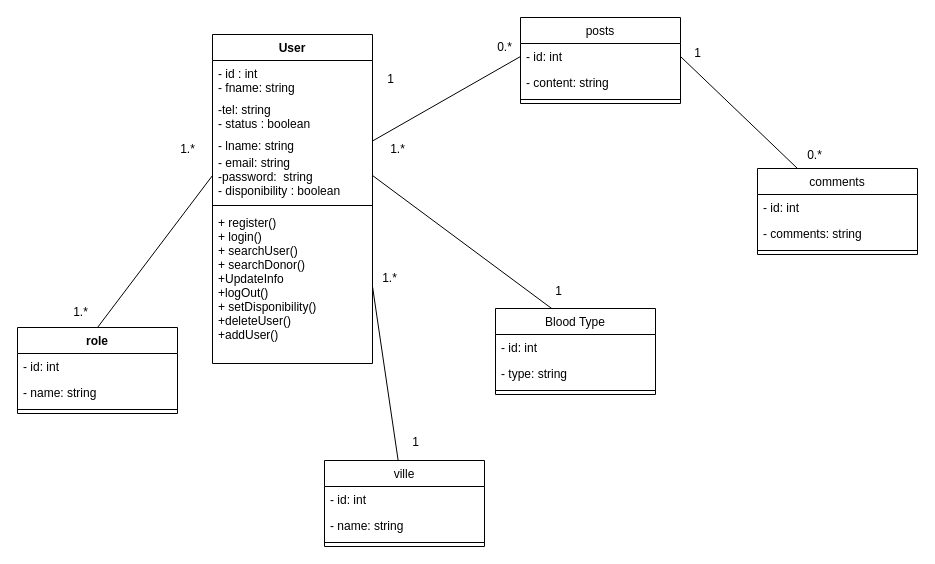
MaryemKhaoua/YouSave keeps this draw.io diagram as conception/diagramclass.drawio. Above is the earlier version. Source tidied: cells renumbered, new cells numbered last; positions are measured from the earlier drawing's top-left corner, leaving out a move shared by most shapes. Both pictures are drawn from the tidied source at 100%, with x=0, y=0 at pixel (17, 17).
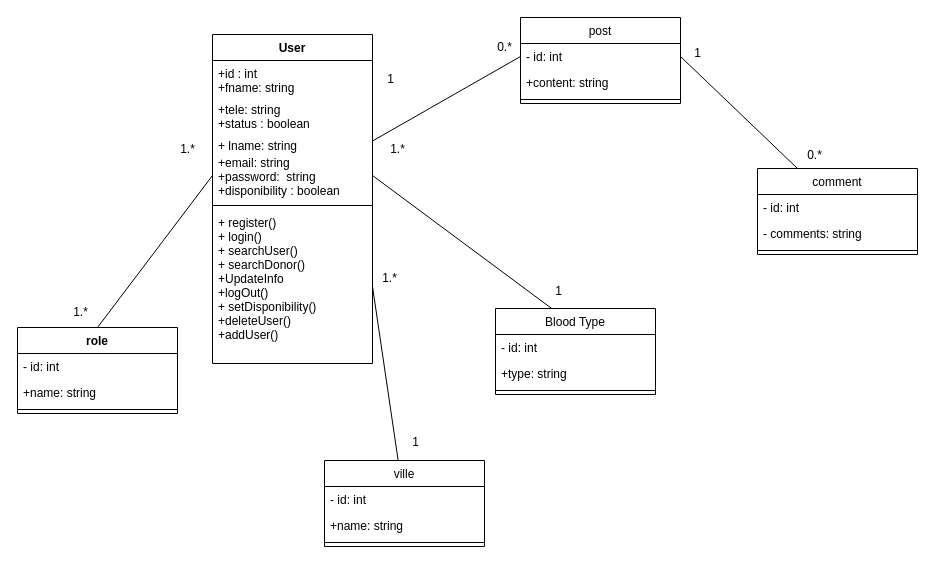
The same page after the edit.

Commit message (it also covers changes not shown here):
diagram de class

The change refers to these unchanged cells:
```xml
<mxCell id="2" value="User" style="swimlane;fontStyle=1;align=center;verticalAlign=top;horizontal=1;startSize=26;" parent="1" vertex="1">
  <mxGeometry x="195" y="17" width="160" height="329" as="geometry" />
</mxCell>
<mxCell id="9" value="role" style="swimlane;fontStyle=1;align=center;verticalAlign=top;horizontal=1;startSize=26;" parent="1" vertex="1">
  <mxGeometry y="310" width="160" height="86" as="geometry" />
</mxCell>
<mxCell id="13" value="Blood Type" style="swimlane;fontStyle=0;align=center;verticalAlign=top;horizontal=1;startSize=26;" parent="1" vertex="1">
  <mxGeometry x="478" y="291" width="160" height="86" as="geometry" />
</mxCell>
<mxCell id="23" value="ville" style="swimlane;fontStyle=0;align=center;verticalAlign=top;horizontal=1;startSize=26;" parent="1" vertex="1">
  <mxGeometry x="307" y="443" width="160" height="86" as="geometry" />
</mxCell>
```

Diff of the diagram source:
```diff
@@
-    <mxCell id="3" value="- id : int&#10;- fname: string" style="text;strokeColor=none;fillColor=none;align=left;verticalAlign=top;spacingLeft=4;spacingRight=4;overflow=hidden;" parent="2" vertex="1">
+    <mxCell id="3" value="+id : int&#10;+fname: string" style="text;strokeColor=none;fillColor=none;align=left;verticalAlign=top;spacingLeft=4;spacingRight=4;overflow=hidden;" parent="2" vertex="1">
       <mxGeometry y="26" width="160" height="36" as="geometry" />
     </mxCell>
-    <mxCell id="4" value="-tel: string&#10;- status : boolean" style="text;strokeColor=none;fillColor=none;align=left;verticalAlign=top;spacingLeft=4;spacingRight=4;overflow=hidden;" parent="2" vertex="1">
+    <mxCell id="4" value="+tele: string&#10;+status : boolean" style="text;strokeColor=none;fillColor=none;align=left;verticalAlign=top;spacingLeft=4;spacingRight=4;overflow=hidden;" parent="2" vertex="1">
       <mxGeometry y="62" width="160" height="36" as="geometry" />
     </mxCell>
-    <mxCell id="5" value="- lname: string" style="text;strokeColor=none;fillColor=none;align=left;verticalAlign=top;spacingLeft=4;spacingRight=4;overflow=hidden;points=[[0,0.5],[1,0.5]];portConstraint=eastwest;" parent="2" vertex="1">
+    <mxCell id="5" value="+ lname: string" style="text;strokeColor=none;fillColor=none;align=left;verticalAlign=top;spacingLeft=4;spacingRight=4;overflow=hidden;points=[[0,0.5],[1,0.5]];portConstraint=eastwest;" parent="2" vertex="1">
       <mxGeometry y="98" width="160" height="17" as="geometry" />
     </mxCell>
-    <mxCell id="6" value="- email: string&#10;-password:  string&#10;- disponibility : boolean" style="text;strokeColor=none;fillColor=none;align=left;verticalAlign=top;spacingLeft=4;spacingRight=4;overflow=hidden;points=[[0,0.5],[1,0.5]];portConstraint=eastwest;" parent="2" vertex="1">
+    <mxCell id="6" value="+email: string&#10;+password:  string&#10;+disponibility : boolean" style="text;strokeColor=none;fillColor=none;align=left;verticalAlign=top;spacingLeft=4;spacingRight=4;overflow=hidden;points=[[0,0.5],[1,0.5]];portConstraint=eastwest;" parent="2" vertex="1">
       <mxGeometry y="115" width="160" height="52" as="geometry" />
     </mxCell>
@@
-    <mxCell id="11" value="- name: string" style="text;strokeColor=none;fillColor=none;align=left;verticalAlign=top;spacingLeft=4;spacingRight=4;overflow=hidden;" parent="9" vertex="1">
+    <mxCell id="11" value="+name: string" style="text;strokeColor=none;fillColor=none;align=left;verticalAlign=top;spacingLeft=4;spacingRight=4;overflow=hidden;" parent="9" vertex="1">
       <mxGeometry y="52" width="160" height="26" as="geometry" />
     </mxCell>
@@
-    <mxCell id="15" value="- type: string" style="text;strokeColor=none;fillColor=none;align=left;verticalAlign=top;spacingLeft=4;spacingRight=4;overflow=hidden;" parent="13" vertex="1">
+    <mxCell id="15" value="+type: string" style="text;strokeColor=none;fillColor=none;align=left;verticalAlign=top;spacingLeft=4;spacingRight=4;overflow=hidden;" parent="13" vertex="1">
       <mxGeometry y="52" width="160" height="26" as="geometry" />
     </mxCell>
@@
-    <mxCell id="25" value="- name: string" style="text;strokeColor=none;fillColor=none;align=left;verticalAlign=top;spacingLeft=4;spacingRight=4;overflow=hidden;" parent="23" vertex="1">
+    <mxCell id="25" value="+name: string" style="text;strokeColor=none;fillColor=none;align=left;verticalAlign=top;spacingLeft=4;spacingRight=4;overflow=hidden;" parent="23" vertex="1">
       <mxGeometry y="52" width="160" height="26" as="geometry" />
     </mxCell>
@@
-    <mxCell id="30" value="posts" style="swimlane;fontStyle=0;align=center;verticalAlign=top;horizontal=1;startSize=26;" parent="1" vertex="1">
+    <mxCell id="30" value="post" style="swimlane;fontStyle=0;align=center;verticalAlign=top;horizontal=1;startSize=26;" parent="1" vertex="1">
       <mxGeometry x="503" width="160" height="86" as="geometry" />
     </mxCell>
@@
-    <mxCell id="32" value="- content: string" style="text;strokeColor=none;fillColor=none;align=left;verticalAlign=top;spacingLeft=4;spacingRight=4;overflow=hidden;" parent="30" vertex="1">
+    <mxCell id="32" value="+content: string" style="text;strokeColor=none;fillColor=none;align=left;verticalAlign=top;spacingLeft=4;spacingRight=4;overflow=hidden;" parent="30" vertex="1">
       <mxGeometry y="52" width="160" height="26" as="geometry" />
     </mxCell>
@@
-    <mxCell id="37" value="comments" style="swimlane;fontStyle=0;align=center;verticalAlign=top;horizontal=1;startSize=26;" parent="1" vertex="1">
+    <mxCell id="37" value="comment" style="swimlane;fontStyle=0;align=center;verticalAlign=top;horizontal=1;startSize=26;" parent="1" vertex="1">
       <mxGeometry x="740" y="151" width="160" height="86" as="geometry" />
     </mxCell>
```
